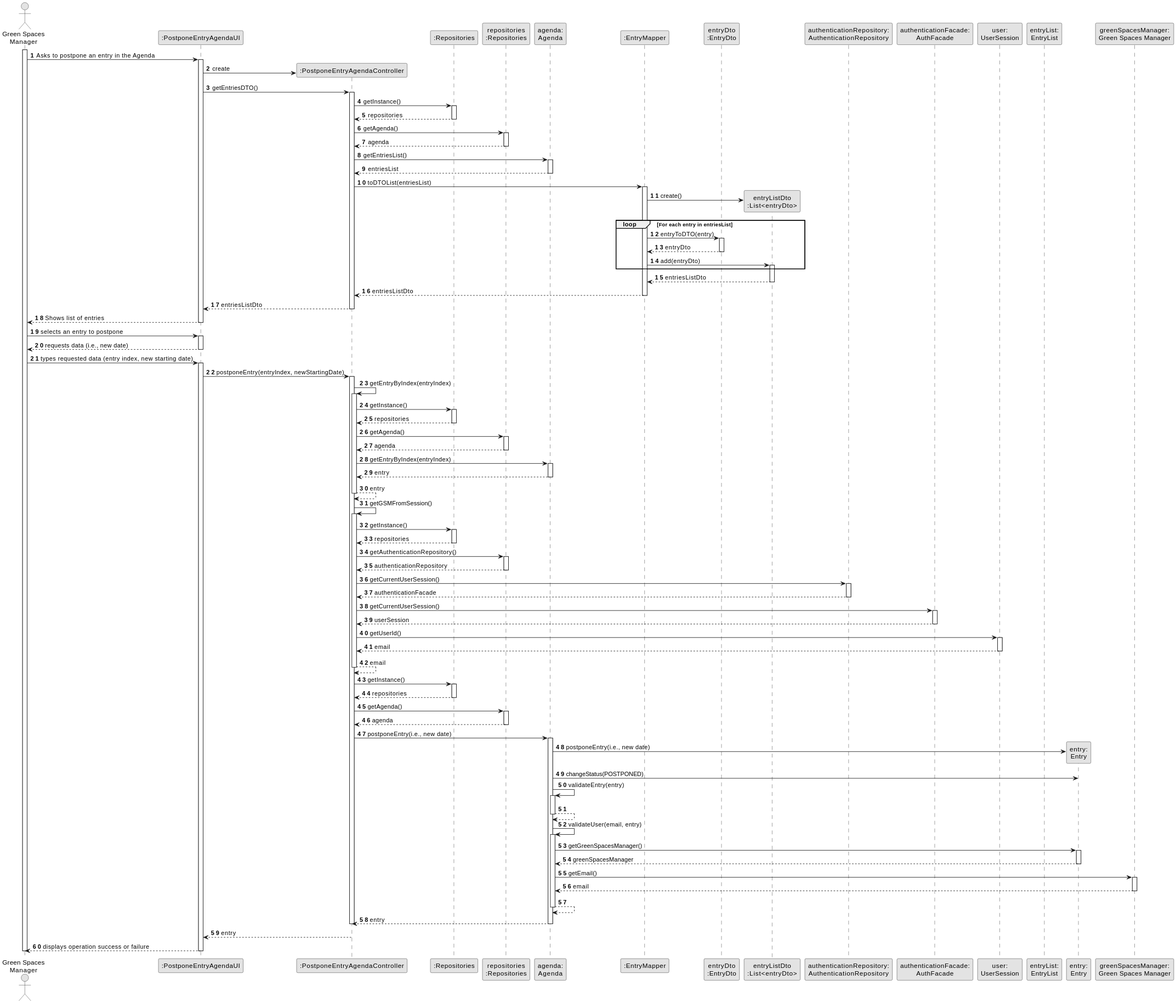
Earlier version of the PlantUML export docs/sprintA&B&C/us024/03.design/svg/us024-sequence-diagram-full.svg (daniel41silva05/ISEP_2023_2024_LAPR2).
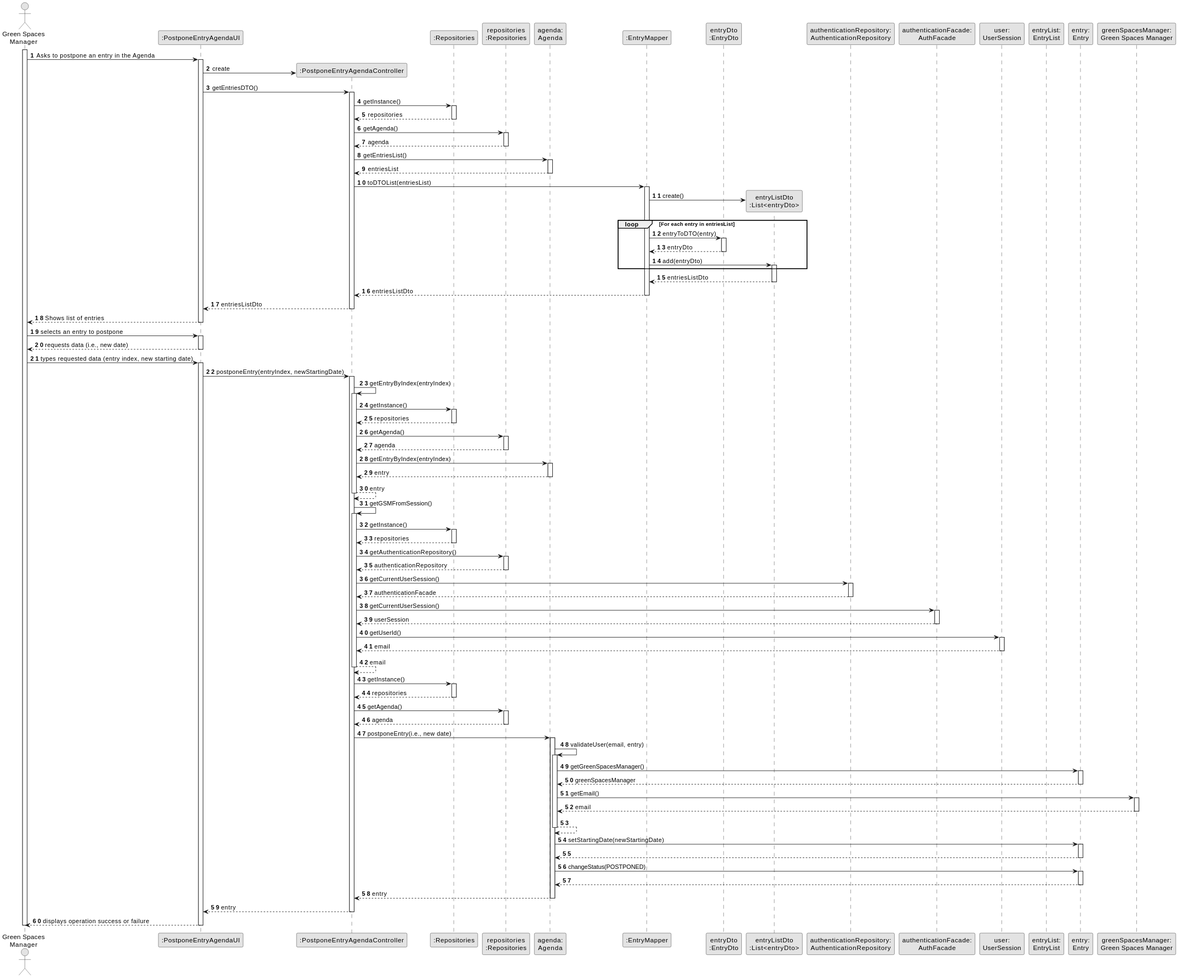
Later version of the same file.

Commit message:
US24 Sequence Diagram Correction

The edit, as a diff of the source:
```diff
@@ -166,35 +166,42 @@
             activate AGENDA
 
 
+                            activate AGENDA
 
-                AGENDA -> ENTRY** : postponeEntry(i.e., new date)
-                AGENDA -> ENTRY : changeStatus(POSTPONED)
-                AGENDA -> AGENDA: validateEntry(entry)
-                                            activate AGENDA
+                                AGENDA -> AGENDA: validateUser(email, entry)
+                                activate AGENDA
 
-                                            AGENDA --> AGENDA
-                                            deactivate AGENDA
+                                AGENDA -> ENTRY: getGreenSpacesManager()
+                                activate ENTRY
 
-                                            AGENDA -> AGENDA: validateUser(email, entry)
-                                            activate AGENDA
+                                ENTRY --> AGENDA: greenSpacesManager
+                                deactivate ENTRY
 
-                                                AGENDA -> ENTRY: getGreenSpacesManager()
-                                                activate ENTRY
+                                AGENDA -> USER: getEmail()
+                                activate USER
 
-                                                ENTRY --> AGENDA: greenSpacesManager
-                                                deactivate ENTRY
+                                USER --> AGENDA: email
+                                deactivate USER
 
-                                                AGENDA -> USER: getEmail()
-                                                activate USER
+                                AGENDA --> AGENDA
+                                deactivate AGENDA
 
-                                                USER --> AGENDA: email
-                                                deactivate USER
+                                AGENDA -> ENTRY : setStartingDate(newStartingDate)
+                                activate ENTRY
 
-                                            AGENDA --> AGENDA
-                                            deactivate AGENDA
+                                ENTRY --> AGENDA
+                                deactivate ENTRY
 
-                                            AGENDA --> CTRL: entry
-                                            deactivate CTRL
+                                AGENDA -> ENTRY : changeStatus(POSTPONED)
+                                activate ENTRY
+
+                                ENTRY --> AGENDA
+                                deactivate ENTRY
+
+
+                                AGENDA --> CTRL: entry
+                                deactivate AGENDA
+
             deactivate AGENDA
 
         CTRL --> UI: entry
```
